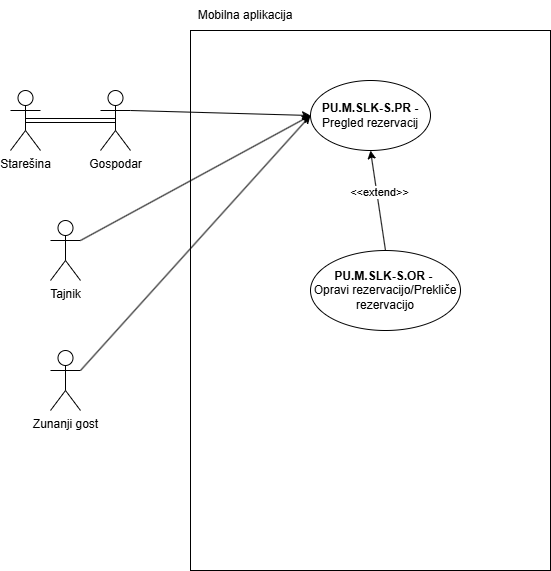
Before: Skrbnistvo lovskih koc-Mobilna aplikacija.drawio.png, a diagram exported from draw.io (ErnestISv/Lovstvo). Source tidied: cells renumbered, new cells last; positions are measured from the earlier drawing's top-left corner, leaving out a move shared by most shapes.
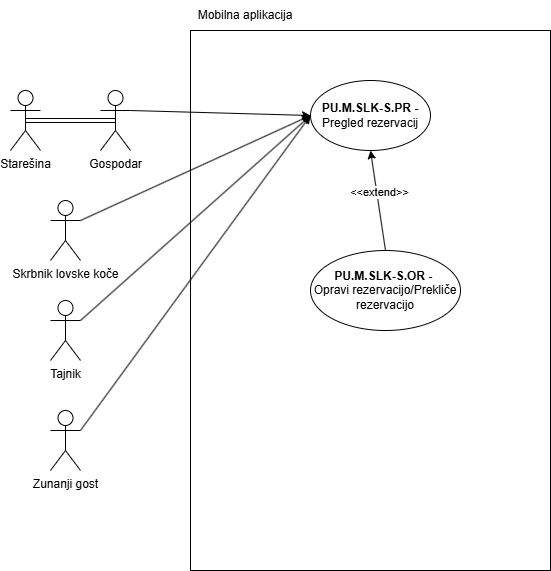
After the commit.

Diff of the diagram source:
```diff
@@ -24,7 +24,7 @@
       <mxGeometry x="90" y="90" width="30" height="60" as="geometry" />
     </mxCell>
     <mxCell id="9" value="Zunanji gost" style="shape=umlActor;verticalLabelPosition=bottom;verticalAlign=top;html=1;outlineConnect=0;" parent="1" vertex="1">
-      <mxGeometry x="40" y="350" width="30" height="60" as="geometry" />
+      <mxGeometry x="40" y="410" width="30" height="60" as="geometry" />
     </mxCell>
     <mxCell id="10" style="endArrow=classic;html=1;rounded=0;exitX=1;exitY=0.3333333333333333;exitDx=0;exitDy=0;exitPerimeter=0;entryX=0;entryY=0.5;entryDx=0;entryDy=0;" parent="1" edge="1" source="8" target="3">
       <mxGeometry relative="1" as="geometry" />
@@ -39,10 +39,16 @@
       <mxGeometry relative="1" as="geometry" />
     </mxCell>
     <mxCell id="14" value="Tajnik" style="shape=umlActor;verticalLabelPosition=bottom;verticalAlign=top;html=1;outlineConnect=0;" parent="1" vertex="1">
-      <mxGeometry x="40" y="220" width="30" height="60" as="geometry" />
+      <mxGeometry x="40" y="300" width="30" height="60" as="geometry" />
     </mxCell>
-    <mxCell id="15" style="endArrow=classic;html=1;rounded=0;exitX=1;exitY=0.3333333333333333;exitDx=0;exitDy=0;exitPerimeter=0;entryX=0;entryY=0.5;entryDx=0;entryDy=0;" parent="1" edge="1" source="14" target="3">
+    <mxCell id="15" style="endArrow=classic;html=1;rounded=0;exitX=1;exitY=0.3333333333333333;exitDx=0;exitDy=0;exitPerimeter=0;entryX=0;entryY=0.5;entryDx=0;entryDy=0;" parent="1" edge="1" source="16" target="3">
       <mxGeometry relative="1" as="geometry" />
     </mxCell>
+    <mxCell id="16" value="Skrbnik lovske koče" style="shape=umlActor;verticalLabelPosition=bottom;verticalAlign=top;html=1;outlineConnect=0;" parent="1" vertex="1">
+      <mxGeometry x="40" y="200" width="30" height="60" as="geometry" />
+    </mxCell>
+    <mxCell id="17" style="endArrow=classic;html=1;rounded=0;exitX=1;exitY=0.3333333333333333;exitDx=0;exitDy=0;exitPerimeter=0;entryX=0;entryY=0.5;entryDx=0;entryDy=0;" parent="1" edge="1" source="14" target="3">
+      <mxGeometry relative="1" as="geometry" />
+    </mxCell>
   </root>
 </mxGraphModel>
```
